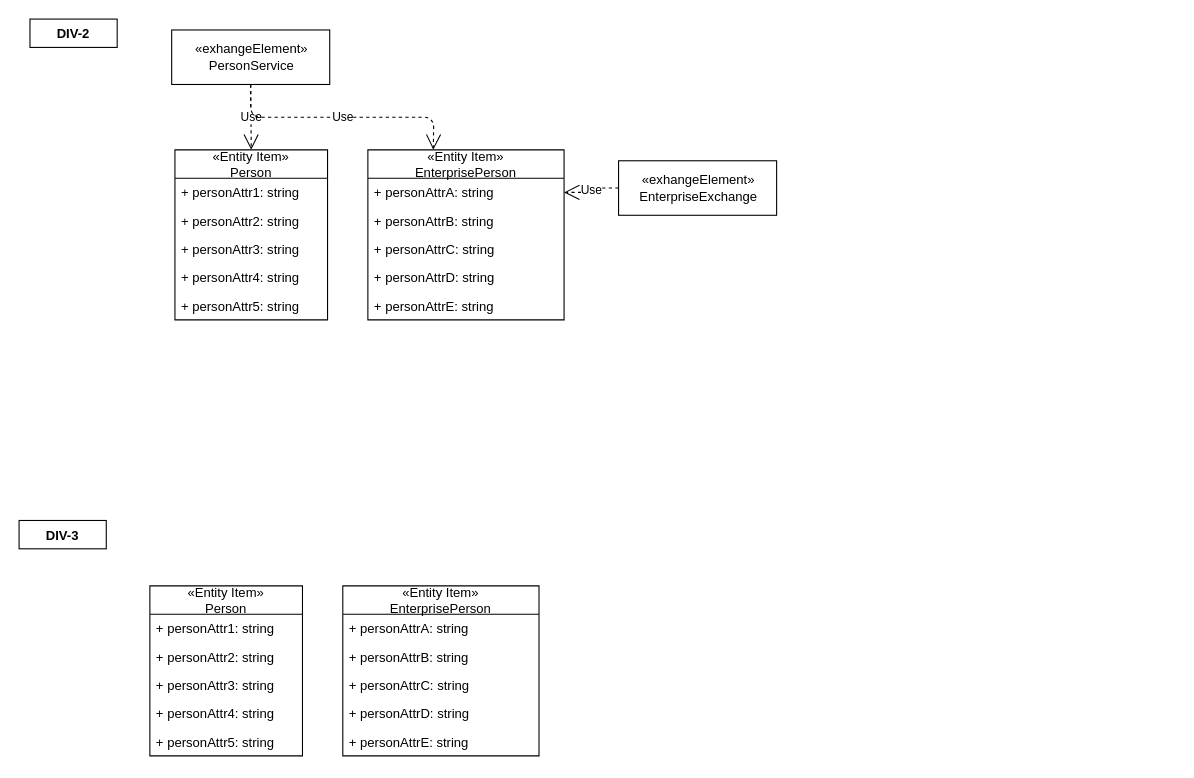
Above: page "DIV Diagrams" (4 of 4) of Drawings/Microservices/People/PeopleService.drawio in RMSLowside/rmslow (draw.io), before the change. Source tidied: cells renumbered, new cells numbered last; positions are measured from the earlier drawing's top-left corner, leaving out a move shared by most shapes. Both pictures are drawn from the tidied source at 109%, with x=0, y=0 at pixel (19, 19).
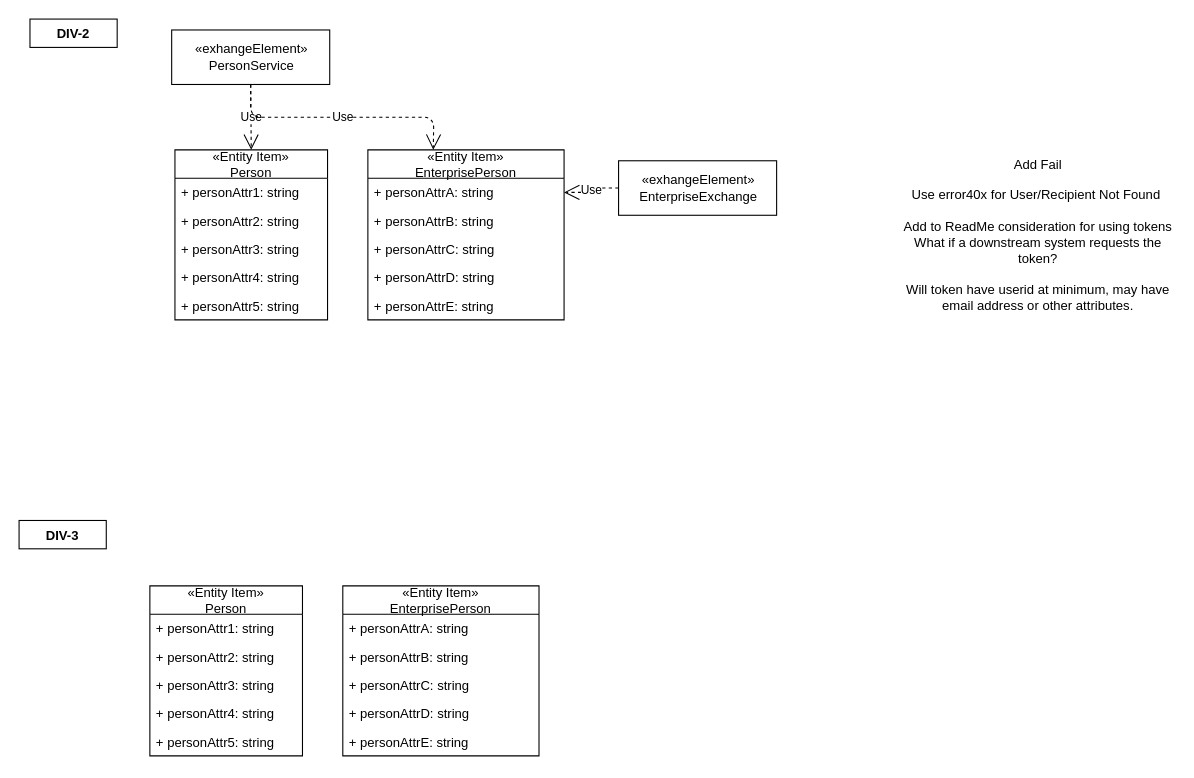
After the change.

Diff of the diagram source:
```diff
@@
+    <mxCell id="33" value="Add Fail&lt;br&gt;&lt;br&gt;Use error40x for User/Recipient Not Found&amp;nbsp;&lt;br&gt;&lt;br&gt;Add to ReadMe consideration for using tokens&lt;br&gt;What if a downstream system requests the token?&lt;br&gt;&lt;br&gt;Will token have userid at minimum, may have email address or other attributes." style="text;html=1;strokeColor=none;fillColor=none;align=center;verticalAlign=middle;whiteSpace=wrap;rounded=0;" parent="1" vertex="1">
+      <mxGeometry x="810" y="188" width="250" height="20" as="geometry" />
+    </mxCell>
```
